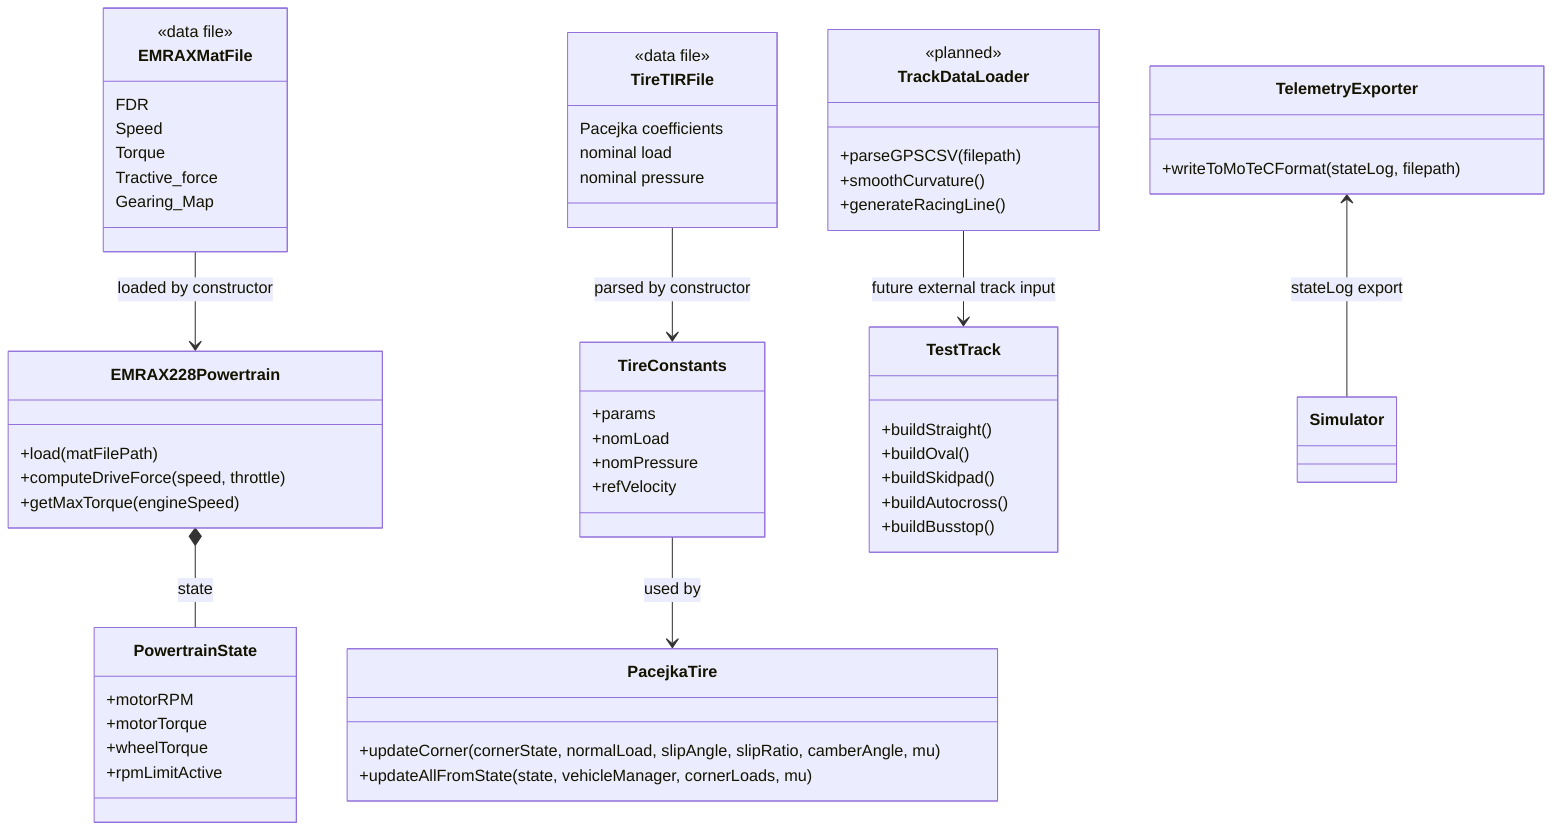
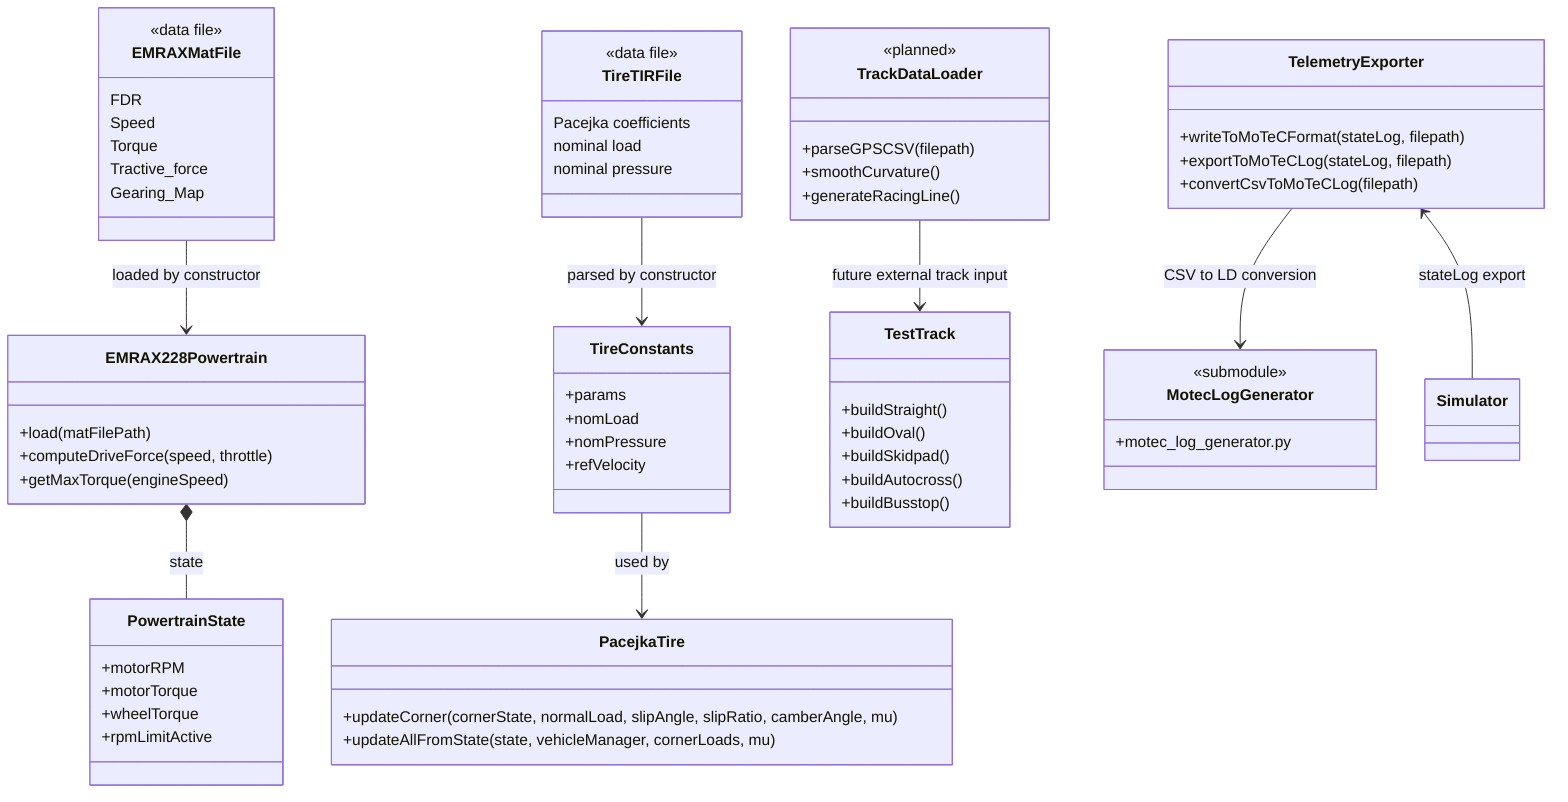
classDiagram
    class EMRAXMatFile {
        <<data file>>
        FDR
        Speed
        Torque
        Tractive_force
        Gearing_Map
    }

    class TireTIRFile {
        <<data file>>
        Pacejka coefficients
        nominal load
        nominal pressure
    }

    class EMRAX228Powertrain {
        +load(matFilePath)
        +computeDriveForce(speed, throttle)
        +getMaxTorque(engineSpeed)
    }

    class PowertrainState {
        +motorRPM
        +motorTorque
        +wheelTorque
        +rpmLimitActive
    }

    class TireConstants {
        +params
        +nomLoad
        +nomPressure
        +refVelocity
    }

    class PacejkaTire {
        +updateCorner(cornerState, normalLoad, slipAngle, slipRatio, camberAngle, mu)
        +updateAllFromState(state, vehicleManager, cornerLoads, mu)
    }

    class TestTrack {
        +buildStraight()
        +buildOval()
        +buildSkidpad()
        +buildAutocross()
        +buildBusstop()
    }

    class TrackDataLoader {
        <<planned>>
        +parseGPSCSV(filepath)
        +smoothCurvature()
        +generateRacingLine()
    }

    class TelemetryExporter {
        +writeToMoTeCFormat(stateLog, filepath)
+         +exportToMoTeCLog(stateLog, filepath)
+         +convertCsvToMoTeCLog(filepath)
+     }
+ 
+     class MotecLogGenerator {
+         <<submodule>>
+         +motec_log_generator.py
    }

    EMRAXMatFile --> EMRAX228Powertrain : loaded by constructor
    EMRAX228Powertrain *-- PowertrainState : state
    TireTIRFile --> TireConstants : parsed by constructor
    TireConstants --> PacejkaTire : used by
    TrackDataLoader --> TestTrack : future external track input
    TelemetryExporter <-- Simulator : stateLog export
+     TelemetryExporter --> MotecLogGenerator : CSV to LD conversion
